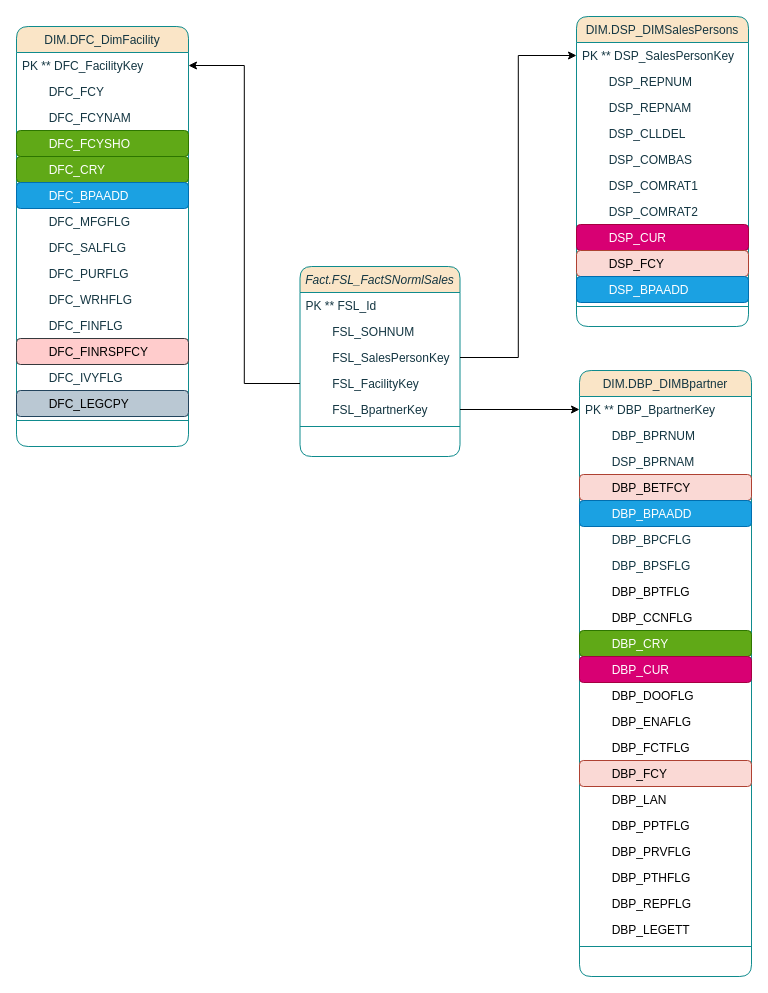
Earlier version of the draw.io diagram Diagramme de classe.drawio (BorchaniMohamed/BI_PROJECT_PFE). Source tidied: cells renumbered, new cells numbered last; positions are measured from the earlier drawing's top-left corner, leaving out a move shared by most shapes. Both pictures are drawn from the tidied source at 100%, with x=0, y=0 at pixel (16, 16).
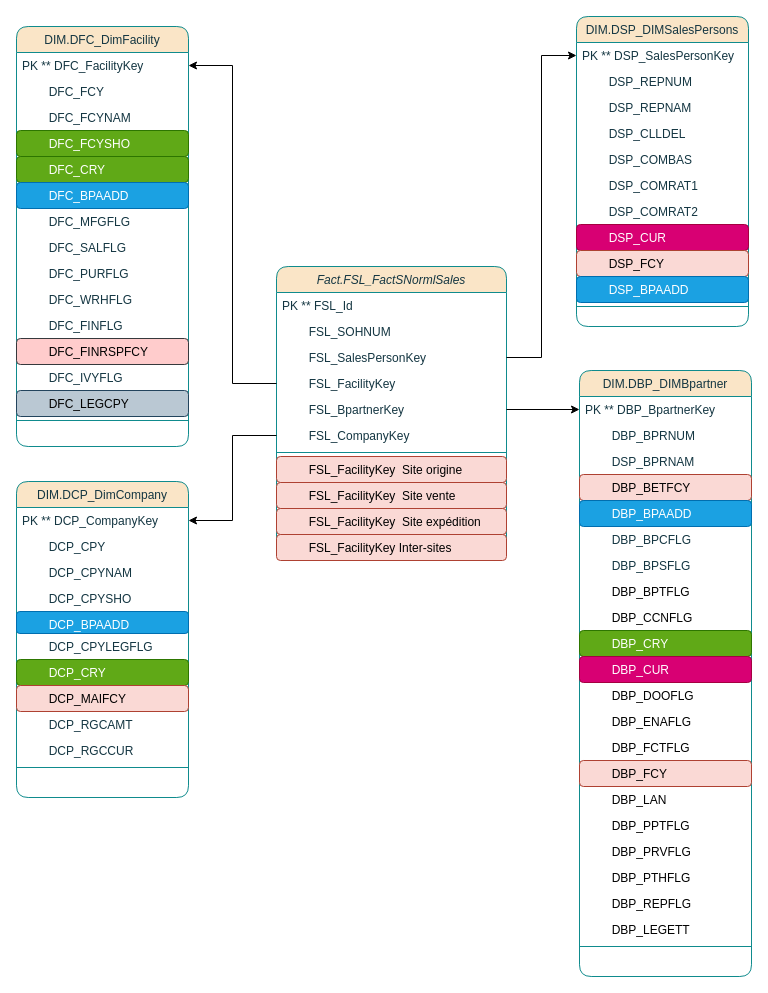
The same page after the edit.

Commit message:
Mettre à jour Diagramme de classe.drawio

Change to the diagram source:
```diff
@@
     <mxCell id="2" value="Fact.FSL_FactSNormlSales" style="swimlane;fontStyle=2;align=center;verticalAlign=top;horizontal=1;startSize=26;rounded=1;shadow=0;strokeWidth=1;labelBackgroundColor=none;fillColor=#FAE5C7;strokeColor=#0F8B8D;fontColor=#143642;" parent="1" vertex="1">
-      <mxGeometry x="283.5" y="250" width="160" height="190" as="geometry" />
+      <mxGeometry x="260" y="250" width="230" height="294" as="geometry" />
     </mxCell>
     <mxCell id="3" value="PK ** FSL_Id" style="text;align=left;verticalAlign=top;spacingLeft=4;spacingRight=4;overflow=hidden;labelBackgroundColor=none;fontColor=#143642;rounded=1;" parent="2" vertex="1">
-      <mxGeometry y="26" width="160" height="26" as="geometry" />
+      <mxGeometry y="26" width="230" height="26" as="geometry" />
     </mxCell>
     <mxCell id="4" value="        FSL_SOHNUM" style="text;align=left;verticalAlign=top;spacingLeft=4;spacingRight=4;overflow=hidden;rounded=1;shadow=0;html=0;labelBackgroundColor=none;fontColor=#143642;" parent="2" vertex="1">
-      <mxGeometry y="52" width="160" height="26" as="geometry" />
+      <mxGeometry y="52" width="230" height="26" as="geometry" />
     </mxCell>
     <mxCell id="5" value="        FSL_SalesPersonKey" style="text;align=left;verticalAlign=top;spacingLeft=4;spacingRight=4;overflow=hidden;points=[[0,0.5],[1,0.5]];portConstraint=eastwest;rounded=1;shadow=0;html=0;labelBackgroundColor=none;fontColor=#143642;" parent="2" vertex="1">
-      <mxGeometry y="78" width="160" height="26" as="geometry" />
+      <mxGeometry y="78" width="230" height="26" as="geometry" />
     </mxCell>
     <mxCell id="6" value="        FSL_FacilityKey" style="text;align=left;verticalAlign=top;spacingLeft=4;spacingRight=4;overflow=hidden;points=[[0,0.5],[1,0.5]];portConstraint=eastwest;rounded=1;shadow=0;html=0;labelBackgroundColor=none;fontColor=#143642;" parent="2" vertex="1">
-      <mxGeometry y="104" width="160" height="26" as="geometry" />
+      <mxGeometry y="104" width="230" height="26" as="geometry" />
     </mxCell>
     <mxCell id="7" value="        FSL_BpartnerKey" style="text;align=left;verticalAlign=top;spacingLeft=4;spacingRight=4;overflow=hidden;points=[[0,0.5],[1,0.5]];portConstraint=eastwest;rounded=1;shadow=0;html=0;labelBackgroundColor=none;fontColor=#143642;" parent="2" vertex="1">
-      <mxGeometry y="130" width="160" height="26" as="geometry" />
+      <mxGeometry y="130" width="230" height="26" as="geometry" />
     </mxCell>
+    <mxCell id="63" value="        FSL_CompanyKey" style="text;align=left;verticalAlign=top;spacingLeft=4;spacingRight=4;overflow=hidden;points=[[0,0.5],[1,0.5]];portConstraint=eastwest;rounded=1;shadow=0;html=0;labelBackgroundColor=none;fontColor=#143642;" parent="2" vertex="1">
+      <mxGeometry y="156" width="230" height="26" as="geometry" />
+    </mxCell>
     <mxCell id="8" style="line;html=1;strokeWidth=1;align=left;verticalAlign=middle;spacingTop=-1;spacingLeft=3;spacingRight=3;labelPosition=right;labelBackgroundColor=none;fillColor=#FAE5C7;strokeColor=#0F8B8D;fontColor=#143642;rounded=1;" parent="2" vertex="1">
-      <mxGeometry y="156" width="160" height="8" as="geometry" />
+      <mxGeometry y="182" width="230" height="8" as="geometry" />
     </mxCell>
+    <mxCell id="64" value="        FSL_FacilityKey  Site origine " style="text;align=left;verticalAlign=top;spacingLeft=4;spacingRight=4;overflow=hidden;rounded=1;shadow=0;html=0;labelBackgroundColor=none;fillColor=#fad9d5;strokeColor=#ae4132;" parent="2" vertex="1">
+      <mxGeometry y="190" width="230" height="26" as="geometry" />
+    </mxCell>
+    <mxCell id="65" value="        FSL_FacilityKey  Site vente " style="text;align=left;verticalAlign=top;spacingLeft=4;spacingRight=4;overflow=hidden;rounded=1;shadow=0;html=0;labelBackgroundColor=none;fillColor=#fad9d5;strokeColor=#ae4132;" parent="2" vertex="1">
+      <mxGeometry y="216" width="230" height="26" as="geometry" />
+    </mxCell>
+    <mxCell id="66" value="        FSL_FacilityKey  Site expédition " style="text;align=left;verticalAlign=top;spacingLeft=4;spacingRight=4;overflow=hidden;rounded=1;shadow=0;html=0;labelBackgroundColor=none;fillColor=#fad9d5;strokeColor=#ae4132;" parent="2" vertex="1">
+      <mxGeometry y="242" width="230" height="26" as="geometry" />
+    </mxCell>
+    <mxCell id="67" value="        FSL_FacilityKey Inter-sites " style="text;align=left;verticalAlign=top;spacingLeft=4;spacingRight=4;overflow=hidden;rounded=1;shadow=0;html=0;labelBackgroundColor=none;fillColor=#fad9d5;strokeColor=#ae4132;" parent="2" vertex="1">
+      <mxGeometry y="268" width="230" height="26" as="geometry" />
+    </mxCell>
@@
+    <mxCell id="68" value="DIM.DCP_DimCompany" style="swimlane;fontStyle=0;align=center;verticalAlign=top;horizontal=1;startSize=26;rounded=1;shadow=0;strokeWidth=1;fillColor=#FAE5C7;strokeColor=#0F8B8D;labelBackgroundColor=none;fontColor=#143642;" parent="1" vertex="1">
+      <mxGeometry y="465" width="172" height="316" as="geometry" />
+    </mxCell>
+    <mxCell id="69" value="PK ** DCP_CompanyKey" style="text;align=left;verticalAlign=top;spacingLeft=4;spacingRight=4;overflow=hidden;points=[[0,0.5],[1,0.5]];portConstraint=eastwest;labelBackgroundColor=none;fontColor=#143642;rounded=1;" parent="68" vertex="1">
+      <mxGeometry y="26" width="172" height="26" as="geometry" />
+    </mxCell>
+    <mxCell id="70" value="        DCP_CPY" style="text;align=left;verticalAlign=top;spacingLeft=4;spacingRight=4;overflow=hidden;labelBackgroundColor=none;fontColor=#143642;rounded=1;" parent="68" vertex="1">
+      <mxGeometry y="52" width="172" height="26" as="geometry" />
+    </mxCell>
+    <mxCell id="71" value="        DCP_CPYNAM" style="text;align=left;verticalAlign=top;spacingLeft=4;spacingRight=4;overflow=hidden;labelBackgroundColor=none;fontColor=#143642;rounded=1;" parent="68" vertex="1">
+      <mxGeometry y="78" width="172" height="26" as="geometry" />
+    </mxCell>
+    <mxCell id="72" value="        DCP_CPYSHO" style="text;align=left;verticalAlign=top;spacingLeft=4;spacingRight=4;overflow=hidden;labelBackgroundColor=none;fontColor=#143642;rounded=1;" parent="68" vertex="1">
+      <mxGeometry y="104" width="172" height="26" as="geometry" />
+    </mxCell>
+    <mxCell id="73" value="        DCP_BPAADD" style="text;align=left;verticalAlign=top;spacingLeft=4;spacingRight=4;overflow=hidden;rounded=1;shadow=0;html=0;labelBackgroundColor=none;fontColor=#ffffff;fillColor=#1ba1e2;strokeColor=#006EAF;" parent="68" vertex="1">
+      <mxGeometry y="130" width="172" height="22" as="geometry" />
+    </mxCell>
+    <mxCell id="74" value="        DCP_CPYLEGFLG" style="text;align=left;verticalAlign=top;spacingLeft=4;spacingRight=4;overflow=hidden;labelBackgroundColor=none;fontColor=#143642;rounded=1;" parent="68" vertex="1">
+      <mxGeometry y="152" width="172" height="26" as="geometry" />
+    </mxCell>
+    <mxCell id="75" value="        DCP_CRY" style="text;align=left;verticalAlign=top;spacingLeft=4;spacingRight=4;overflow=hidden;rounded=1;shadow=0;html=0;labelBackgroundColor=none;fillColor=#60a917;fontColor=#ffffff;strokeColor=#2D7600;" parent="68" vertex="1">
+      <mxGeometry y="178" width="172" height="26" as="geometry" />
+    </mxCell>
+    <mxCell id="76" value="        DCP_MAIFCY" style="text;align=left;verticalAlign=top;spacingLeft=4;spacingRight=4;overflow=hidden;rounded=1;shadow=0;html=0;labelBackgroundColor=none;fillColor=#fad9d5;strokeColor=#ae4132;" parent="68" vertex="1">
+      <mxGeometry y="204" width="172" height="26" as="geometry" />
+    </mxCell>
+    <mxCell id="77" value="        DCP_RGCAMT" style="text;align=left;verticalAlign=top;spacingLeft=4;spacingRight=4;overflow=hidden;labelBackgroundColor=none;fontColor=#143642;rounded=1;" parent="68" vertex="1">
+      <mxGeometry y="230" width="172" height="26" as="geometry" />
+    </mxCell>
+    <mxCell id="78" value="        DCP_RGCCUR" style="text;align=left;verticalAlign=top;spacingLeft=4;spacingRight=4;overflow=hidden;labelBackgroundColor=none;fontColor=#143642;rounded=1;" parent="68" vertex="1">
+      <mxGeometry y="256" width="172" height="26" as="geometry" />
+    </mxCell>
+    <mxCell id="79" style="line;html=1;strokeWidth=1;align=left;verticalAlign=middle;spacingTop=-1;spacingLeft=3;spacingRight=3;labelPosition=right;labelBackgroundColor=none;fillColor=#FAE5C7;strokeColor=#0F8B8D;fontColor=#143642;rounded=1;" parent="68" vertex="1">
+      <mxGeometry y="282" width="172" height="8" as="geometry" />
+    </mxCell>
+    <mxCell id="80" style="edgeStyle=orthogonalEdgeStyle;rounded=0;jettySize=auto;html=1;entryX=1;entryY=0.5;entryDx=0;entryDy=0;" parent="1" edge="1" source="63" target="69">
+      <mxGeometry relative="1" as="geometry" />
+    </mxCell>
```
